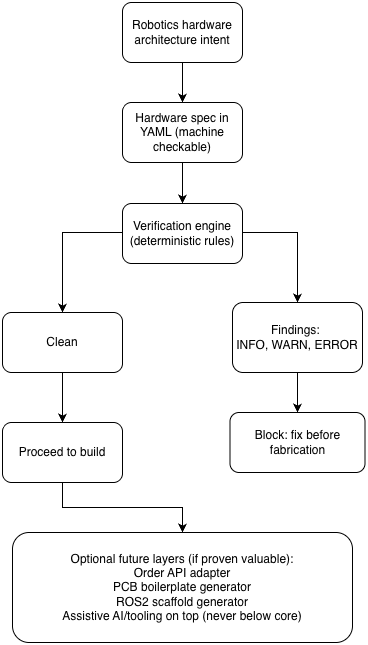
Earlier version of the draw.io export assets/rvcli_architecture.png (badimirzai/robotics-verifier-cli). Source tidied: cells renumbered, new cells last; positions are measured from the earlier drawing's top-left corner, leaving out a move shared by most shapes.
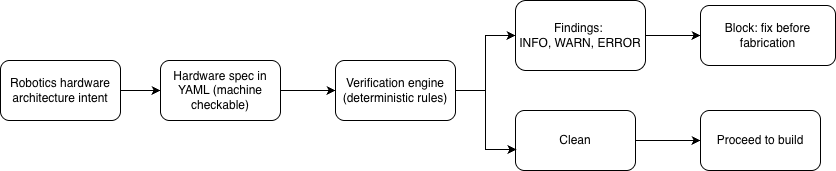
The same file after the commit.

The edit, as a diff of the source:
```diff
@@ -2,58 +2,44 @@
   <root>
     <mxCell id="0" />
     <mxCell id="1" parent="0" />
-    <mxCell id="2" style="edgeStyle=orthogonalEdgeStyle;rounded=0;jettySize=auto;html=1;entryX=0.5;entryY=0;entryDx=0;entryDy=0;" parent="1" edge="1" source="3" target="5">
+    <mxCell id="2" style="edgeStyle=orthogonalEdgeStyle;rounded=0;jettySize=auto;html=1;entryX=0;entryY=0.5;entryDx=0;entryDy=0;" parent="1" edge="1" source="3" target="5">
       <mxGeometry relative="1" as="geometry" />
     </mxCell>
     <mxCell id="3" value="&lt;p class=&quot;p1&quot;&gt;Robotics hardware architecture intent&lt;/p&gt;" style="rounded=1;whiteSpace=wrap;html=1;" parent="1" vertex="1">
-      <mxGeometry x="120" width="120" height="60" as="geometry" />
+      <mxGeometry x="-160" y="70" width="120" height="60" as="geometry" />
     </mxCell>
-    <mxCell id="4" style="edgeStyle=orthogonalEdgeStyle;rounded=0;jettySize=auto;html=1;entryX=0.5;entryY=0;entryDx=0;entryDy=0;" parent="1" edge="1" source="5" target="8">
+    <mxCell id="4" style="edgeStyle=orthogonalEdgeStyle;rounded=0;jettySize=auto;html=1;entryX=0;entryY=0.5;entryDx=0;entryDy=0;" parent="1" edge="1" source="5" target="8">
       <mxGeometry relative="1" as="geometry" />
     </mxCell>
     <mxCell id="5" value="&lt;p class=&quot;p1&quot;&gt;Hardware spec in YAML (machine checkable)&lt;/p&gt;" style="rounded=1;whiteSpace=wrap;html=1;" parent="1" vertex="1">
-      <mxGeometry x="120" y="100" width="120" height="60" as="geometry" />
+      <mxGeometry y="70" width="120" height="60" as="geometry" />
     </mxCell>
-    <mxCell id="6" style="edgeStyle=orthogonalEdgeStyle;rounded=0;jettySize=auto;html=1;entryX=0.5;entryY=0;entryDx=0;entryDy=0;" parent="1" edge="1" source="8" target="10">
-      <mxGeometry relative="1" as="geometry">
-        <Array as="points">
-          <mxPoint x="60" y="230" />
-        </Array>
-      </mxGeometry>
-    </mxCell>
-    <mxCell id="7" style="edgeStyle=orthogonalEdgeStyle;rounded=0;jettySize=auto;html=1;entryX=0.5;entryY=0;entryDx=0;entryDy=0;" parent="1" edge="1" source="8" target="12">
-      <mxGeometry relative="1" as="geometry">
-        <Array as="points">
-          <mxPoint x="295" y="230" />
-        </Array>
-      </mxGeometry>
+    <mxCell id="7" style="edgeStyle=orthogonalEdgeStyle;rounded=0;jettySize=auto;html=1;entryX=0;entryY=0.5;entryDx=0;entryDy=0;" parent="1" edge="1" source="8" target="12">
+      <mxGeometry relative="1" as="geometry" />
     </mxCell>
     <mxCell id="8" value="&lt;span style=&quot;background-color: transparent; color: light-dark(rgb(0, 0, 0), rgb(255, 255, 255));&quot;&gt;Verification engine (deterministic rules)&lt;/span&gt;" style="rounded=1;whiteSpace=wrap;html=1;" parent="1" vertex="1">
-      <mxGeometry x="120" y="201" width="120" height="60" as="geometry" />
+      <mxGeometry x="175" y="70" width="120" height="60" as="geometry" />
     </mxCell>
-    <mxCell id="9" style="edgeStyle=orthogonalEdgeStyle;rounded=0;jettySize=auto;html=1;entryX=0.5;entryY=0;entryDx=0;entryDy=0;" parent="1" edge="1" source="10" target="14">
+    <mxCell id="9" style="edgeStyle=orthogonalEdgeStyle;rounded=0;jettySize=auto;html=1;entryX=0;entryY=0.5;entryDx=0;entryDy=0;" parent="1" edge="1" source="10" target="14">
       <mxGeometry relative="1" as="geometry" />
     </mxCell>
     <mxCell id="10" value="Clean" style="rounded=1;whiteSpace=wrap;html=1;" parent="1" vertex="1">
-      <mxGeometry y="310" width="120" height="60" as="geometry" />
+      <mxGeometry x="355" y="120" width="120" height="60" as="geometry" />
     </mxCell>
     <mxCell id="11" style="edgeStyle=orthogonalEdgeStyle;rounded=0;jettySize=auto;html=1;" parent="1" edge="1" source="12" target="15">
       <mxGeometry relative="1" as="geometry" />
     </mxCell>
     <mxCell id="12" value="Findings:&amp;nbsp;&lt;div&gt;INFO&lt;span style=&quot;background-color: transparent; color: light-dark(rgb(0, 0, 0), rgb(255, 255, 255));&quot;&gt;, WARN&lt;/span&gt;&lt;span style=&quot;background-color: transparent; color: light-dark(rgb(0, 0, 0), rgb(255, 255, 255));&quot;&gt;, ERROR&lt;/span&gt;&lt;/div&gt;" style="rounded=1;whiteSpace=wrap;html=1;" parent="1" vertex="1">
-      <mxGeometry x="230" y="300" width="130" height="70" as="geometry" />
+      <mxGeometry x="355" y="10" width="130" height="70" as="geometry" />
     </mxCell>
-    <mxCell id="13" style="edgeStyle=orthogonalEdgeStyle;rounded=0;jettySize=auto;html=1;entryX=0.5;entryY=0;entryDx=0;entryDy=0;" parent="1" edge="1" source="14" target="16">
-      <mxGeometry relative="1" as="geometry" />
-    </mxCell>
     <mxCell id="14" value="Proceed to build" style="rounded=1;whiteSpace=wrap;html=1;" parent="1" vertex="1">
-      <mxGeometry y="420" width="120" height="60" as="geometry" />
+      <mxGeometry x="540" y="120" width="120" height="60" as="geometry" />
     </mxCell>
     <mxCell id="15" value="Block: fix before fabrication" style="rounded=1;whiteSpace=wrap;html=1;" parent="1" vertex="1">
-      <mxGeometry x="227.5" y="410" width="135" height="60" as="geometry" />
+      <mxGeometry x="540" y="15" width="135" height="60" as="geometry" />
     </mxCell>
-    <mxCell id="16" value="Optional future layers (if proven valuable):&lt;div&gt;&lt;span style=&quot;background-color: transparent; color: light-dark(rgb(0, 0, 0), rgb(255, 255, 255));&quot;&gt;Order API adapter&lt;/span&gt;&lt;/div&gt;&lt;div&gt;&lt;span style=&quot;background-color: transparent; color: light-dark(rgb(0, 0, 0), rgb(255, 255, 255));&quot;&gt;PCB boilerplate generator&lt;/span&gt;&lt;/div&gt;&lt;div&gt;&lt;span style=&quot;background-color: transparent; color: light-dark(rgb(0, 0, 0), rgb(255, 255, 255));&quot;&gt;ROS2 scaffold generator&lt;/span&gt;&lt;/div&gt;&lt;div&gt;&lt;span style=&quot;background-color: transparent; color: light-dark(rgb(0, 0, 0), rgb(255, 255, 255));&quot;&gt;Assistive AI/tooling on top (never below core)&lt;/span&gt;&lt;/div&gt;" style="rounded=1;whiteSpace=wrap;html=1;" parent="1" vertex="1">
-      <mxGeometry x="10" y="530" width="340" height="110" as="geometry" />
-    </mxCell>
+    <mxCell id="6" style="edgeStyle=orthogonalEdgeStyle;rounded=0;jettySize=auto;html=1;entryX=0.008;entryY=0.65;entryDx=0;entryDy=0;entryPerimeter=0;" parent="1" edge="1" source="8" target="10">
+      <mxGeometry relative="1" as="geometry" />
+    </mxCell>
   </root>
 </mxGraphModel>
```
